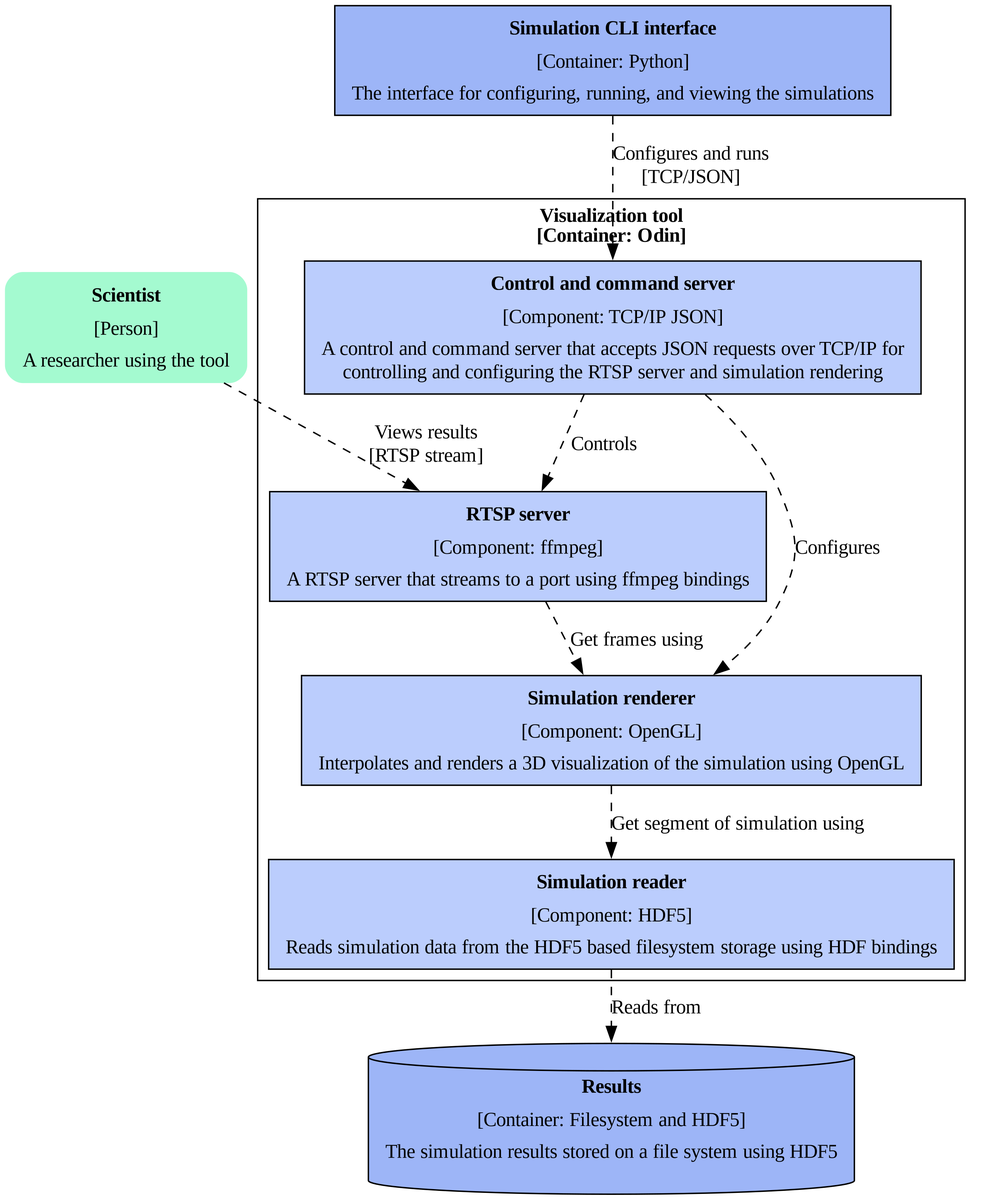
Above: static/diagrams/c4_component_example.png in danielk333/phd-course-software-development (Graphviz), before the change. Its source is kept beside it as diagrams/c4_component_example.gv. The source it was exported from:
```dot
digraph iterative{
    rankdir="TB";
    dpi=300;
    edge [ style=dashed ];
    node[
        shape = rect
        style = "filled, rounded"
        color = "#a4fad0"
    ];
    user [
        label=<
            <table border="0" cellborder="0">
                <tr> <td><b>Scientist</b></td> </tr>
                <tr> <td>[Person]</td> </tr>
                <tr> <td>A researcher using the tool</td> </tr>
            </table>
        >
    ]
    node[
        shape = rect
        style = filled
        fillcolor = "#9db5f7"
        color = "black"
    ];
    cli [
        label=<
            <table border="0" cellborder="0">
                <tr> <td><b>Simulation CLI interface</b></td> </tr>
                <tr> <td>[Container: Python]</td> </tr>
                <tr> <td>The interface for configuring, running, and viewing the simulations</td> </tr>
            </table>
        >
    ]
    storage [
        shape = cylinder
        label=<
            <table border="0" cellborder="0">
                <tr> <td><b>Results</b></td> </tr>
                <tr> <td>[Container: Filesystem and HDF5]</td> </tr>
                <tr> <td>The simulation results stored on a file system using HDF5</td> </tr>
            </table>
        >
    ]
    node[
        shape = rect
        style = filled
        fillcolor = "#bbcdfd"
        color = "black"
    ];
    subgraph cluster_software {
        label=<<b>Visualization tool<br/>[Container: Odin]</b>>
        control [
            label=<
                <table border="0" cellborder="0">
                    <tr> <td><b>Control and command server</b></td> </tr>
                    <tr> <td>[Component: TCP/IP JSON]</td> </tr>
                    <tr> <td>A control and command server that accepts JSON requests over TCP/IP for<br/>controlling and configuring the RTSP server and simulation rendering</td> </tr>
                </table>
            >
        ]
        rtsp [
            label=<
                <table border="0" cellborder="0">
                    <tr> <td><b>RTSP server</b></td> </tr>
                    <tr> <td>[Component: ffmpeg]</td> </tr>
                    <tr> <td>A RTSP server that streams to a port using ffmpeg bindings</td> </tr>
                </table>
            >
        ]
        render [
            label=<
                <table border="0" cellborder="0">
                    <tr> <td><b>Simulation renderer</b></td> </tr>
                    <tr> <td>[Component: OpenGL]</td> </tr>
                    <tr> <td>Interpolates and renders a 3D visualization of the simulation using OpenGL</td> </tr>
                </table>
            >
        ]
        reader [
            label=<
                <table border="0" cellborder="0">
                    <tr> <td><b>Simulation reader</b></td> </tr>
                    <tr> <td>[Component: HDF5]</td> </tr>
                    <tr> <td>Reads simulation data from the HDF5 based filesystem storage using HDF bindings</td> </tr>
                </table>
            >
        ]
    }
    cli -> control [label="Configures and runs\n[TCP/JSON]"]
    control -> rtsp [label="Controls"]
    control -> render [label="Configures"]
    reader -> storage [label="Reads from"]
    render -> reader [label="Get segment of simulation using"]
    rtsp -> render [label="Get frames using"]
    user -> rtsp [label="Views results\n[RTSP stream]"]
}
```
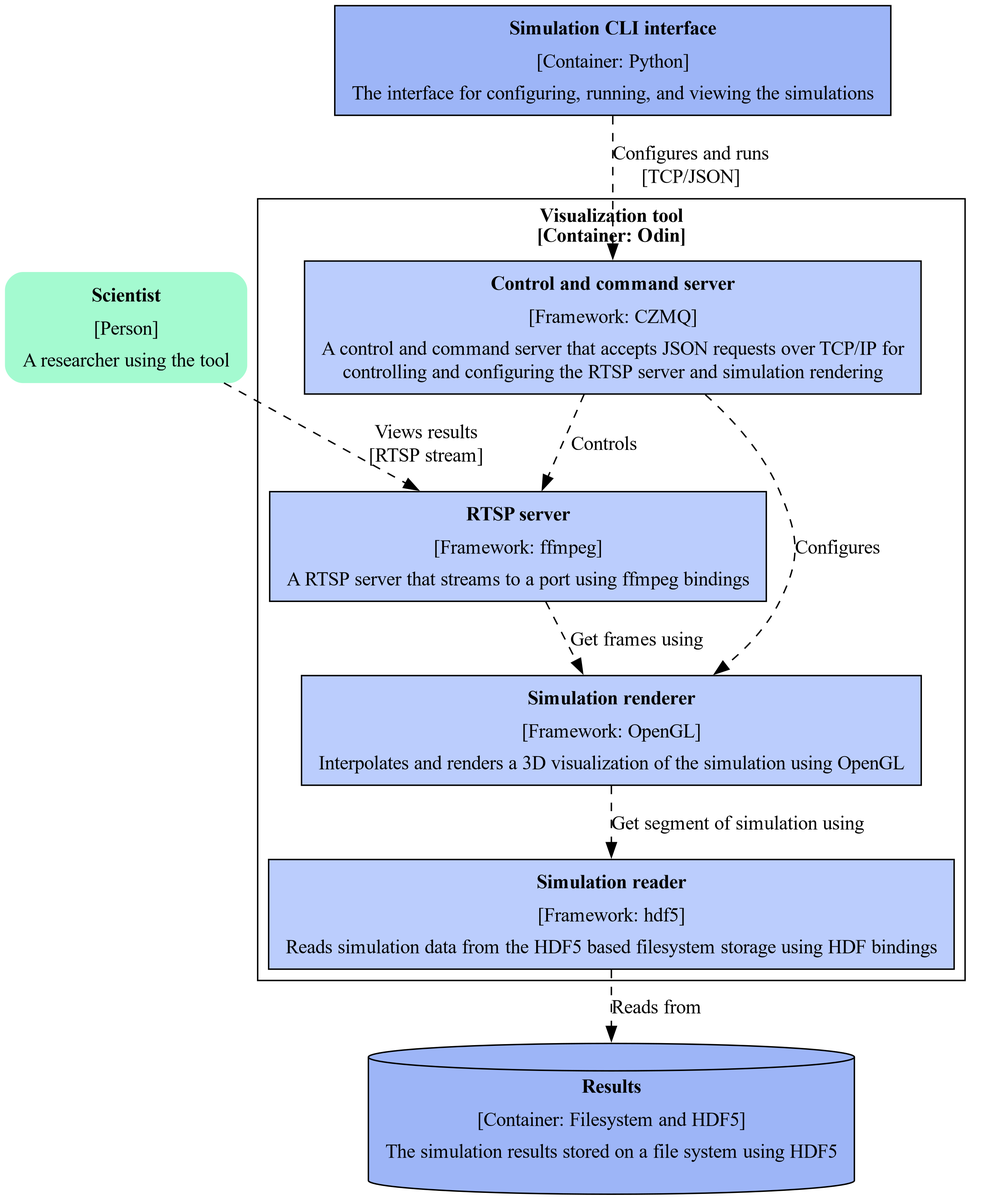
Later version of the same file.

The edit, as a diff of the source:
```diff
@@ -53,7 +53,7 @@
             label=<
                 <table border="0" cellborder="0">
                     <tr> <td><b>Control and command server</b></td> </tr>
-                    <tr> <td>[Component: TCP/IP JSON]</td> </tr>
+                    <tr> <td>[Framework: CZMQ]</td> </tr>
                     <tr> <td>A control and command server that accepts JSON requests over TCP/IP for<br/>controlling and configuring the RTSP server and simulation rendering</td> </tr>
                 </table>
             >
@@ -62,7 +62,7 @@
             label=<
                 <table border="0" cellborder="0">
                     <tr> <td><b>RTSP server</b></td> </tr>
-                    <tr> <td>[Component: ffmpeg]</td> </tr>
+                    <tr> <td>[Framework: ffmpeg]</td> </tr>
                     <tr> <td>A RTSP server that streams to a port using ffmpeg bindings</td> </tr>
                 </table>
             >
@@ -71,7 +71,7 @@
             label=<
                 <table border="0" cellborder="0">
                     <tr> <td><b>Simulation renderer</b></td> </tr>
-                    <tr> <td>[Component: OpenGL]</td> </tr>
+                    <tr> <td>[Framework: OpenGL]</td> </tr>
                     <tr> <td>Interpolates and renders a 3D visualization of the simulation using OpenGL</td> </tr>
                 </table>
             >
@@ -80,7 +80,7 @@
             label=<
                 <table border="0" cellborder="0">
                     <tr> <td><b>Simulation reader</b></td> </tr>
-                    <tr> <td>[Component: HDF5]</td> </tr>
+                    <tr> <td>[Framework: hdf5]</td> </tr>
                     <tr> <td>Reads simulation data from the HDF5 based filesystem storage using HDF bindings</td> </tr>
                 </table>
             >
```
